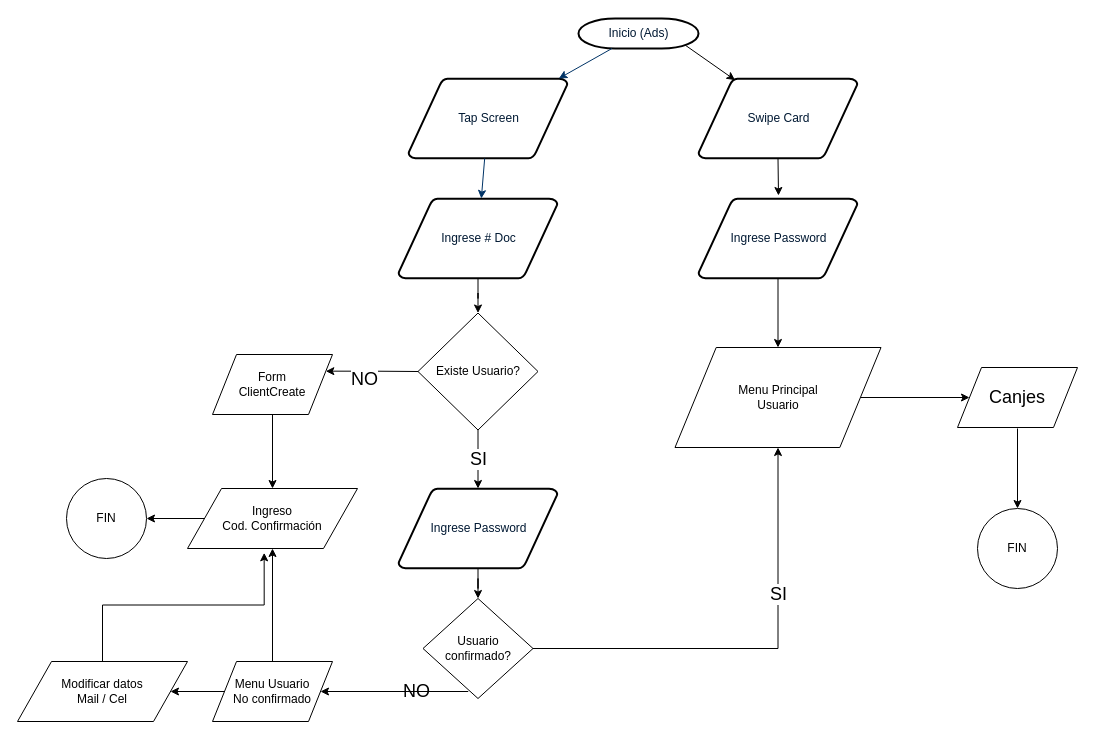
This is docs/GST.drawio from slecuona/gst_clientpoint, a draw.io file, before an edit. Source tidied: cells renumbered, new cells numbered last; positions are measured from the earlier drawing's top-left corner, leaving out a move shared by most shapes. Both pictures are drawn from the tidied source at 100%, with x=0, y=0 at pixel (17, 18).
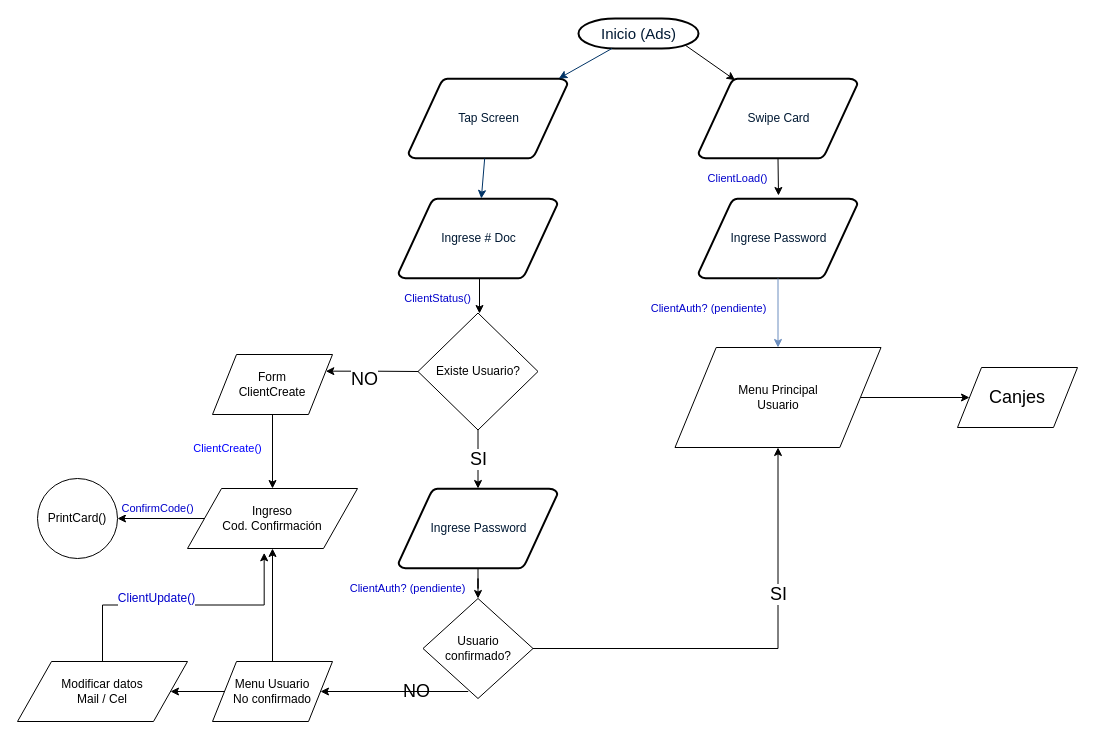
After the change.

Unchanged cells that the change refers to:
```xml
<mxCell id="5" value="Ingrese # Doc" style="shape=mxgraph.flowchart.data;fillColor=#FFFFFF;strokeColor=#000000;strokeWidth=2;gradientColor=none;gradientDirection=north;fontColor=#001933;fontStyle=0;html=1;" parent="1" vertex="1">
  <mxGeometry x="381" y="180" width="159" height="80" as="geometry" />
</mxCell>
<mxCell id="8" value="Swipe Card" style="shape=mxgraph.flowchart.data;fillColor=#FFFFFF;strokeColor=#000000;strokeWidth=2;gradientColor=none;gradientDirection=north;fontColor=#001933;fontStyle=0;html=1;" parent="1" vertex="1">
  <mxGeometry x="681" y="60" width="159" height="80" as="geometry" />
</mxCell>
<mxCell id="10" value="Ingrese Password" style="shape=mxgraph.flowchart.data;fillColor=#FFFFFF;strokeColor=#000000;strokeWidth=2;gradientColor=none;gradientDirection=north;fontColor=#001933;fontStyle=0;html=1;" parent="1" vertex="1">
  <mxGeometry x="681" y="180" width="159" height="80" as="geometry" />
</mxCell>
<mxCell id="14" value="Existe Usuario?" style="rhombus;whiteSpace=wrap;html=1;" parent="1" vertex="1">
  <mxGeometry x="400.5" y="294.5" width="120" height="117" as="geometry" />
</mxCell>
<mxCell id="16" value="Form &lt;br&gt;ClientCreate" style="shape=parallelogram;perimeter=parallelogramPerimeter;whiteSpace=wrap;html=1;" parent="1" vertex="1">
  <mxGeometry x="195" y="336" width="120" height="60" as="geometry" />
</mxCell>
<mxCell id="18" value="Ingrese Password" style="shape=mxgraph.flowchart.data;fillColor=#FFFFFF;strokeColor=#000000;strokeWidth=2;gradientColor=none;gradientDirection=north;fontColor=#001933;fontStyle=0;html=1;" parent="1" vertex="1">
  <mxGeometry x="381" y="470" width="159" height="80" as="geometry" />
</mxCell>
<mxCell id="24" value="Usuario confirmado?&lt;br&gt;" style="rhombus;whiteSpace=wrap;html=1;" parent="1" vertex="1">
  <mxGeometry x="405.5" y="580" width="110" height="100" as="geometry" />
</mxCell>
<mxCell id="27" value="Ingreso&lt;br&gt;Cod. Confirmación" style="shape=parallelogram;perimeter=parallelogramPerimeter;whiteSpace=wrap;html=1;" parent="1" vertex="1">
  <mxGeometry x="170" y="470" width="170" height="60" as="geometry" />
</mxCell>
<mxCell id="28" style="edgeStyle=orthogonalEdgeStyle;rounded=0;jettySize=auto;html=1;startArrow=classic;startFill=1;endArrow=none;endFill=0;strokeColor=#000000;exitX=0.451;exitY=1.072;exitDx=0;exitDy=0;exitPerimeter=0;" parent="1" edge="1" source="27" target="29">
  <mxGeometry relative="1" as="geometry" />
</mxCell>
<mxCell id="32" value="Menu Principal&lt;br&gt;Usuario" style="shape=parallelogram;perimeter=parallelogramPerimeter;whiteSpace=wrap;html=1;" parent="1" vertex="1">
  <mxGeometry x="657.5" y="329" width="206" height="100" as="geometry" />
</mxCell>
```

What changed in the source:
```diff
@@
-    <mxCell id="2" value="Inicio (Ads)" style="shape=mxgraph.flowchart.terminator;fillColor=#FFFFFF;strokeColor=#000000;strokeWidth=2;gradientColor=none;gradientDirection=north;fontColor=#001933;fontStyle=0;html=1;" parent="1" vertex="1">
+    <mxCell id="2" value="Inicio (Ads)" style="shape=mxgraph.flowchart.terminator;fillColor=#FFFFFF;strokeColor=#000000;strokeWidth=2;gradientColor=none;gradientDirection=north;fontColor=#001933;fontStyle=0;html=1;fontSize=15;" parent="1" vertex="1">
       <mxGeometry x="561" width="120" height="30" as="geometry" />
     </mxCell>
@@
-    <mxCell id="4" style="edgeStyle=orthogonalEdgeStyle;rounded=0;jettySize=auto;html=1;startArrow=classic;startFill=1;strokeColor=#000000;endArrow=none;endFill=0;" parent="1" edge="1" source="14" target="5">
-      <mxGeometry relative="1" as="geometry" />
+    <mxCell id="4" value="ClientStatus()" style="edgeStyle=orthogonalEdgeStyle;rounded=0;orthogonalLoop=1;jettySize=auto;html=1;startArrow=classic;startFill=1;strokeColor=#000000;endArrow=none;endFill=0;fontColor=#0000CC;" parent="1" edge="1">
+      <mxGeometry x="-0.14" y="42" relative="1" as="geometry">
+        <mxPoint x="462" y="295" as="sourcePoint" />
+        <mxPoint x="462" y="260" as="targetPoint" />
+      </mxGeometry>
     </mxCell>
@@
-    <mxCell id="11" style="endArrow=classic;html=1;strokeColor=#000000;entryX=0.5;entryY=1;entryDx=0;entryDy=0;entryPerimeter=0;exitX=0.5;exitY=1;exitDx=0;exitDy=0;exitPerimeter=0;" parent="1" edge="1" source="8">
-      <mxGeometry relative="1" as="geometry">
+    <mxCell id="11" value="ClientLoad()" style="endArrow=classic;html=1;strokeColor=#000000;entryX=0.5;entryY=1;entryDx=0;entryDy=0;entryPerimeter=0;exitX=0.5;exitY=1;exitDx=0;exitDy=0;exitPerimeter=0;fontColor=#0000CC;" parent="1" edge="1" source="8">
+      <mxGeometry x="0.05" y="-41" relative="1" as="geometry">
         <mxPoint x="761" y="177" as="targetPoint" />
       </mxGeometry>
     </mxCell>
@@
-    <mxCell id="15" style="edgeStyle=orthogonalEdgeStyle;rounded=0;jettySize=auto;html=1;startArrow=classic;startFill=1;endArrow=none;endFill=0;strokeColor=#000000;exitX=0.5;exitY=0;exitDx=0;exitDy=0;" parent="1" edge="1" source="27" target="16">
-      <mxGeometry relative="1" as="geometry" />
+    <mxCell id="15" value="ClientCreate()" style="edgeStyle=orthogonalEdgeStyle;rounded=0;jettySize=auto;html=1;startArrow=classic;startFill=1;endArrow=none;endFill=0;strokeColor=#000000;exitX=0.5;exitY=0;exitDx=0;exitDy=0;fontColor=#0000FF;" parent="1" edge="1" source="27" target="16">
+      <mxGeometry x="0.08" y="45" relative="1" as="geometry" />
     </mxCell>
@@
-    <mxCell id="17" style="edgeStyle=orthogonalEdgeStyle;rounded=0;jettySize=auto;html=1;startArrow=classic;startFill=1;endArrow=none;endFill=0;strokeColor=#000000;" parent="1" edge="1" source="24" target="18">
-      <mxGeometry relative="1" as="geometry" />
+    <mxCell id="17" value="ClientAuth? (pendiente)" style="edgeStyle=orthogonalEdgeStyle;rounded=0;jettySize=auto;html=1;startArrow=classic;startFill=1;endArrow=none;endFill=0;strokeColor=#000000;fontColor=#0000CC;" parent="1" edge="1" source="24" target="18">
+      <mxGeometry x="0.21" y="71" relative="1" as="geometry" />
     </mxCell>
@@
-    <mxCell id="26" style="edgeStyle=orthogonalEdgeStyle;rounded=0;jettySize=auto;html=1;startArrow=classic;startFill=1;endArrow=none;endFill=0;strokeColor=#000000;" parent="1" edge="1" source="33" target="27">
-      <mxGeometry relative="1" as="geometry" />
+    <mxCell id="26" value="ConfirmCode()" style="edgeStyle=orthogonalEdgeStyle;rounded=0;jettySize=auto;html=1;startArrow=classic;startFill=1;endArrow=none;endFill=0;strokeColor=#000000;fontColor=#0000CC;" parent="1" edge="1" source="33" target="27">
+      <mxGeometry x="-0.08" y="10" relative="1" as="geometry" />
     </mxCell>
@@
+    <mxCell id="38" value="ClientUpdate()" style="text;html=1;align=center;verticalAlign=middle;labelBackgroundColor=#ffffff;fontSize=12;fontColor=#0000CC;" parent="28" vertex="1">
+      <mxGeometry x="0.16" y="-1" relative="1" as="geometry">
+        <mxPoint x="-3" y="-6" as="offset" />
+      </mxGeometry>
+    </mxCell>
@@
-    <mxCell id="30" style="edgeStyle=orthogonalEdgeStyle;rounded=0;jettySize=auto;html=1;startArrow=classic;startFill=1;endArrow=none;endFill=0;strokeColor=#000000;" parent="1" edge="1" source="32" target="10">
-      <mxGeometry relative="1" as="geometry" />
+    <mxCell id="30" value="ClientAuth? (pendiente)" style="edgeStyle=orthogonalEdgeStyle;rounded=0;jettySize=auto;html=1;startArrow=classic;startFill=1;endArrow=none;endFill=0;strokeColor=#6c8ebf;fillColor=#dae8fc;fontColor=#0000CC;" parent="1" edge="1" source="32" target="10">
+      <mxGeometry x="0.13" y="71" relative="1" as="geometry">
+        <mxPoint x="1" as="offset" />
+      </mxGeometry>
     </mxCell>
@@
-    <mxCell id="33" value="FIN&lt;br&gt;" style="ellipse;whiteSpace=wrap;html=1;" parent="1" vertex="1">
-      <mxGeometry x="49" y="460" width="80" height="80" as="geometry" />
+    <mxCell id="33" value="PrintCard()" style="ellipse;whiteSpace=wrap;html=1;" parent="1" vertex="1">
+      <mxGeometry x="20" y="460" width="80" height="80" as="geometry" />
     </mxCell>
@@
-    <mxCell id="36" style="edgeStyle=orthogonalEdgeStyle;rounded=0;jettySize=auto;html=1;startArrow=classic;startFill=1;endArrow=none;endFill=0;strokeColor=#000000;fontSize=18;" parent="1" edge="1" source="37">
-      <mxGeometry relative="1" as="geometry">
-        <mxPoint x="1000" y="410" as="targetPoint" />
-      </mxGeometry>
-    </mxCell>
-    <mxCell id="37" value="FIN&lt;br&gt;" style="ellipse;whiteSpace=wrap;html=1;" parent="1" vertex="1">
-      <mxGeometry x="960" y="490" width="80" height="80" as="geometry" />
-    </mxCell>
```
